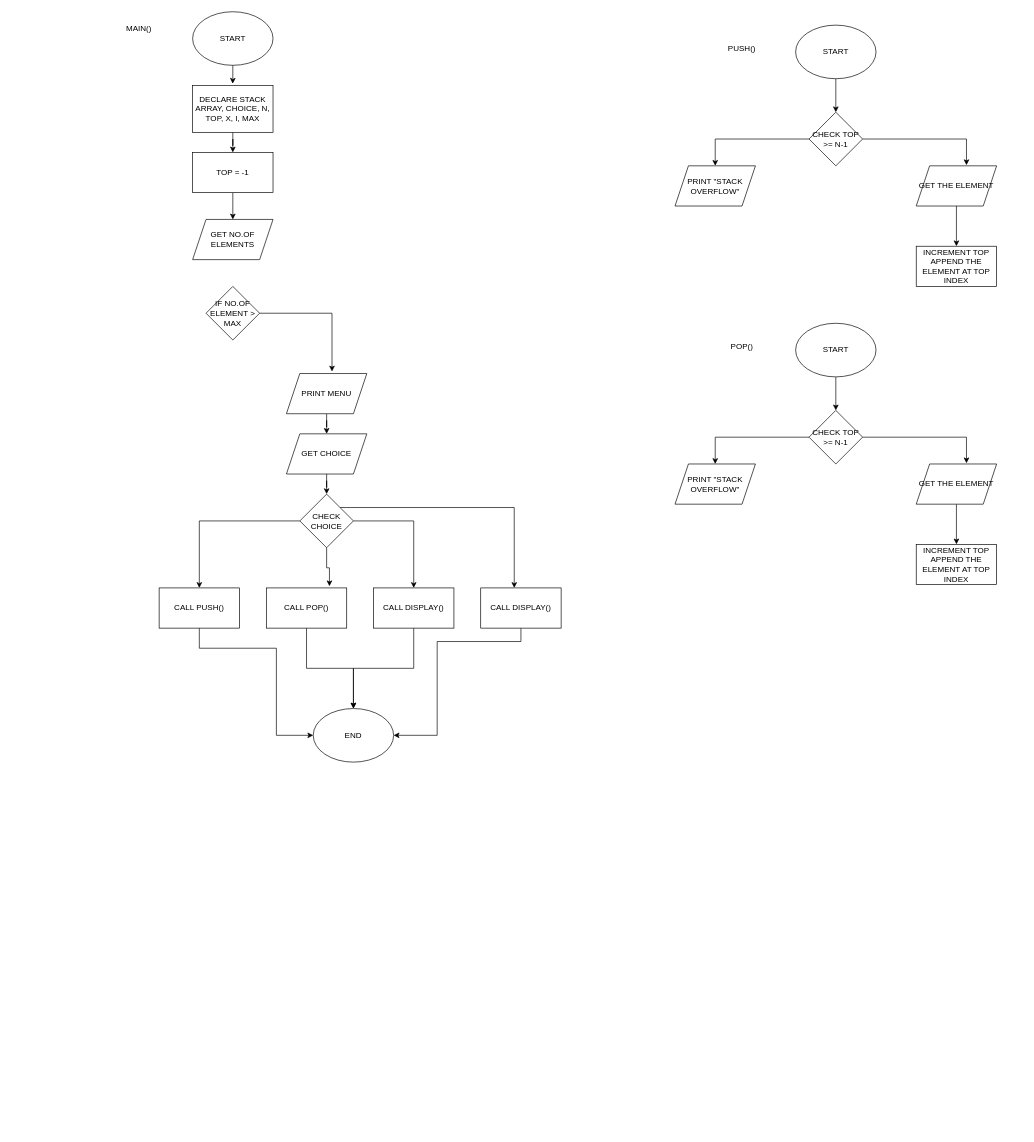
This is 001.drawio from ahamril2265/DSA-LABS, a draw.io file, before an edit. Source tidied: cells renumbered, new cells numbered last; positions are measured from the earlier drawing's top-left corner, leaving out a move shared by most shapes. Both pictures are drawn from the tidied source at 67%, with x=0, y=0 at pixel (119, 11).
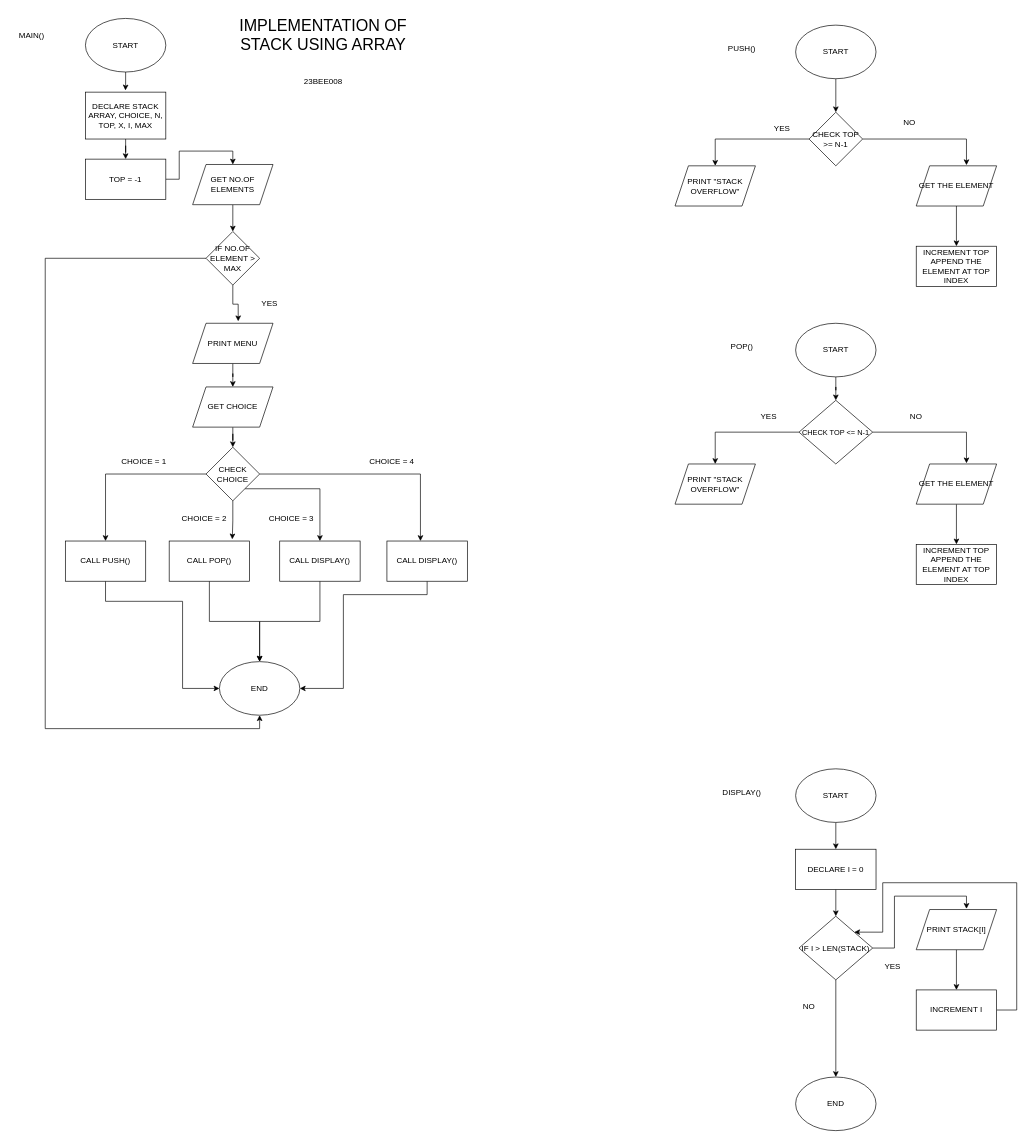
After the change.

Diff of the diagram source:
```diff
@@
     <mxCell id="2" value="START" style="ellipse;whiteSpace=wrap;html=1;" parent="1" vertex="1">
-      <mxGeometry x="110" width="120" height="80" as="geometry" />
+      <mxGeometry x="-50" y="10" width="120" height="80" as="geometry" />
     </mxCell>
@@
     <mxCell id="4" value="DECLARE STACK ARRAY, CHOICE, N, TOP, X, I, MAX" style="rounded=0;whiteSpace=wrap;html=1;" parent="1" vertex="1">
-      <mxGeometry x="110" y="110" width="120" height="70" as="geometry" />
+      <mxGeometry x="-50" y="120" width="120" height="70" as="geometry" />
     </mxCell>
@@
     <mxCell id="6" value="TOP = -1" style="rounded=0;whiteSpace=wrap;html=1;" parent="1" vertex="1">
-      <mxGeometry x="110" y="210" width="120" height="60" as="geometry" />
+      <mxGeometry x="-50" y="220" width="120" height="60" as="geometry" />
     </mxCell>
+    <mxCell id="50" style="edgeStyle=orthogonalEdgeStyle;rounded=0;jettySize=auto;html=1;entryX=0.5;entryY=0;entryDx=0;entryDy=0;" parent="1" edge="1" source="7" target="35">
+      <mxGeometry relative="1" as="geometry" />
+    </mxCell>
     <mxCell id="7" value="GET NO.OF ELEMENTS" style="shape=parallelogram;perimeter=parallelogramPerimeter;whiteSpace=wrap;html=1;fixedSize=1;" parent="1" vertex="1">
-      <mxGeometry x="110" y="310" width="120" height="60" as="geometry" />
+      <mxGeometry x="110" y="228" width="120" height="60" as="geometry" />
     </mxCell>
@@
     <mxCell id="9" value="PRINT MENU" style="shape=parallelogram;perimeter=parallelogramPerimeter;whiteSpace=wrap;html=1;fixedSize=1;" parent="1" vertex="1">
-      <mxGeometry x="250" y="540" width="120" height="60" as="geometry" />
+      <mxGeometry x="110" y="465" width="120" height="60" as="geometry" />
     </mxCell>
@@
     <mxCell id="11" value="GET CHOICE" style="shape=parallelogram;perimeter=parallelogramPerimeter;whiteSpace=wrap;html=1;fixedSize=1;" parent="1" vertex="1">
-      <mxGeometry x="250" y="630" width="120" height="60" as="geometry" />
+      <mxGeometry x="110" y="560" width="120" height="60" as="geometry" />
     </mxCell>
@@
     <mxCell id="13" style="edgeStyle=orthogonalEdgeStyle;rounded=0;jettySize=auto;html=1;entryX=0.5;entryY=0;entryDx=0;entryDy=0;" parent="1" edge="1" source="15" target="21">
-      <mxGeometry relative="1" as="geometry" />
+      <mxGeometry relative="1" as="geometry">
+        <Array as="points">
+          <mxPoint x="300" y="712" />
+        </Array>
+      </mxGeometry>
     </mxCell>
-    <mxCell id="14" style="edgeStyle=orthogonalEdgeStyle;rounded=0;jettySize=auto;html=1;exitX=1;exitY=0;exitDx=0;exitDy=0;entryX=0.417;entryY=0;entryDx=0;entryDy=0;entryPerimeter=0;" parent="1" edge="1" source="15" target="23">
+    <mxCell id="14" style="edgeStyle=orthogonalEdgeStyle;rounded=0;jettySize=auto;html=1;entryX=0.417;entryY=0;entryDx=0;entryDy=0;entryPerimeter=0;" parent="1" edge="1" source="15" target="23">
       <mxGeometry relative="1" as="geometry" />
     </mxCell>
     <mxCell id="15" value="CHECK CHOICE" style="rhombus;whiteSpace=wrap;html=1;" parent="1" vertex="1">
-      <mxGeometry x="270" y="720" width="80" height="80" as="geometry" />
+      <mxGeometry x="130" y="650" width="80" height="80" as="geometry" />
     </mxCell>
     <mxCell id="16" style="edgeStyle=orthogonalEdgeStyle;rounded=0;jettySize=auto;html=1;entryX=0;entryY=0.5;entryDx=0;entryDy=0;" parent="1" edge="1" source="17" target="33">
       <mxGeometry relative="1" as="geometry">
         <Array as="points">
-          <mxPoint x="120" y="950" />
-          <mxPoint x="235" y="950" />
-          <mxPoint x="235" y="1080" />
+          <mxPoint x="-20" y="880" />
+          <mxPoint x="95" y="880" />
+          <mxPoint x="95" y="1010" />
         </Array>
       </mxGeometry>
     </mxCell>
     <mxCell id="17" value="CALL PUSH()" style="rounded=0;whiteSpace=wrap;html=1;" parent="1" vertex="1">
-      <mxGeometry x="60" y="860" width="120" height="60" as="geometry" />
+      <mxGeometry x="-80" y="790" width="120" height="60" as="geometry" />
     </mxCell>
@@
     <mxCell id="19" value="CALL POP()" style="rounded=0;whiteSpace=wrap;html=1;" parent="1" vertex="1">
-      <mxGeometry x="220" y="860" width="120" height="60" as="geometry" />
+      <mxGeometry x="75" y="790" width="120" height="60" as="geometry" />
     </mxCell>
@@
     <mxCell id="21" value="CALL DISPLAY()" style="rounded=0;whiteSpace=wrap;html=1;" parent="1" vertex="1">
-      <mxGeometry x="380" y="860" width="120" height="60" as="geometry" />
+      <mxGeometry x="240" y="790" width="120" height="60" as="geometry" />
     </mxCell>
     <mxCell id="22" style="edgeStyle=orthogonalEdgeStyle;rounded=0;jettySize=auto;html=1;entryX=1;entryY=0.5;entryDx=0;entryDy=0;" parent="1" edge="1" source="23" target="33">
       <mxGeometry relative="1" as="geometry">
         <Array as="points">
-          <mxPoint x="600" y="940" />
-          <mxPoint x="475" y="940" />
-          <mxPoint x="475" y="1080" />
+          <mxPoint x="460" y="870" />
+          <mxPoint x="335" y="870" />
+          <mxPoint x="335" y="1010" />
         </Array>
       </mxGeometry>
     </mxCell>
     <mxCell id="23" value="CALL DISPLAY()" style="rounded=0;whiteSpace=wrap;html=1;" parent="1" vertex="1">
-      <mxGeometry x="540" y="860" width="120" height="60" as="geometry" />
+      <mxGeometry x="400" y="790" width="120" height="60" as="geometry" />
     </mxCell>
@@
     <mxCell id="33" value="END" style="ellipse;whiteSpace=wrap;html=1;" parent="1" vertex="1">
-      <mxGeometry x="290" y="1040" width="120" height="80" as="geometry" />
+      <mxGeometry x="150" y="970" width="120" height="80" as="geometry" />
     </mxCell>
@@
+    <mxCell id="51" style="edgeStyle=orthogonalEdgeStyle;rounded=0;jettySize=auto;html=1;entryX=0.5;entryY=1;entryDx=0;entryDy=0;" parent="1" edge="1" source="35" target="33">
+      <mxGeometry relative="1" as="geometry">
+        <Array as="points">
+          <mxPoint x="-110" y="368" />
+          <mxPoint x="-110" y="1070" />
+          <mxPoint x="210" y="1070" />
+        </Array>
+      </mxGeometry>
+    </mxCell>
     <mxCell id="35" value="IF NO.OF ELEMENT &amp;gt; MAX" style="rhombus;whiteSpace=wrap;html=1;" parent="1" vertex="1">
-      <mxGeometry x="130" y="410" width="80" height="80" as="geometry" />
+      <mxGeometry x="130" y="328" width="80" height="80" as="geometry" />
     </mxCell>
@@
     <mxCell id="39" value="MAIN()" style="text;html=1;whiteSpace=wrap;strokeColor=none;fillColor=none;align=center;verticalAlign=middle;rounded=0;" parent="1" vertex="1">
-      <mxGeometry y="10" width="60" height="30" as="geometry" />
+      <mxGeometry x="-160" y="20" width="60" height="30" as="geometry" />
     </mxCell>
@@
-    <mxCell id="43" value="CHECK TOP &amp;gt;= N-1" style="rhombus;whiteSpace=wrap;html=1;" parent="1" vertex="1">
-      <mxGeometry x="1030" y="595" width="80" height="80" as="geometry" />
+    <mxCell id="43" value="&lt;font style=&quot;font-size: 11px;&quot;&gt;CHECK TOP &amp;lt;= N-1&lt;/font&gt;" style="rhombus;whiteSpace=wrap;html=1;" parent="1" vertex="1">
+      <mxGeometry x="1015" y="580" width="110" height="95" as="geometry" />
     </mxCell>
@@
+    <mxCell id="52" style="edgeStyle=orthogonalEdgeStyle;rounded=0;jettySize=auto;html=1;entryX=0.5;entryY=0;entryDx=0;entryDy=0;" parent="1" edge="1" source="53" target="63">
+      <mxGeometry relative="1" as="geometry" />
+    </mxCell>
+    <mxCell id="53" value="START" style="ellipse;whiteSpace=wrap;html=1;" parent="1" vertex="1">
+      <mxGeometry x="1010" y="1130" width="120" height="80" as="geometry" />
+    </mxCell>
+    <mxCell id="54" style="edgeStyle=orthogonalEdgeStyle;rounded=0;jettySize=auto;html=1;entryX=0.5;entryY=0;entryDx=0;entryDy=0;" parent="1" edge="1" source="55" target="64">
+      <mxGeometry relative="1" as="geometry" />
+    </mxCell>
+    <mxCell id="55" value="IF I &amp;gt; LEN(STACK)" style="rhombus;whiteSpace=wrap;html=1;" parent="1" vertex="1">
+      <mxGeometry x="1015" y="1350" width="110" height="95" as="geometry" />
+    </mxCell>
+    <mxCell id="56" style="edgeStyle=orthogonalEdgeStyle;rounded=0;jettySize=auto;html=1;entryX=0.5;entryY=0;entryDx=0;entryDy=0;" parent="1" edge="1" source="57" target="59">
+      <mxGeometry relative="1" as="geometry" />
+    </mxCell>
+    <mxCell id="57" value="PRINT STACK[I]" style="shape=parallelogram;perimeter=parallelogramPerimeter;whiteSpace=wrap;html=1;fixedSize=1;" parent="1" vertex="1">
+      <mxGeometry x="1190" y="1340" width="120" height="60" as="geometry" />
+    </mxCell>
+    <mxCell id="58" style="edgeStyle=orthogonalEdgeStyle;rounded=0;jettySize=auto;html=1;entryX=1;entryY=0;entryDx=0;entryDy=0;" parent="1" edge="1" source="59" target="55">
+      <mxGeometry relative="1" as="geometry">
+        <Array as="points">
+          <mxPoint x="1340" y="1490" />
+          <mxPoint x="1340" y="1300" />
+          <mxPoint x="1140" y="1300" />
+          <mxPoint x="1140" y="1374" />
+        </Array>
+      </mxGeometry>
+    </mxCell>
+    <mxCell id="59" value="INCREMENT I" style="rounded=0;whiteSpace=wrap;html=1;" parent="1" vertex="1">
+      <mxGeometry x="1190" y="1460" width="120" height="60" as="geometry" />
+    </mxCell>
+    <mxCell id="60" style="edgeStyle=orthogonalEdgeStyle;rounded=0;jettySize=auto;html=1;entryX=0.625;entryY=-0.017;entryDx=0;entryDy=0;entryPerimeter=0;" parent="1" edge="1" source="55" target="57">
+      <mxGeometry relative="1" as="geometry" />
+    </mxCell>
+    <mxCell id="61" value="DISPLAY()" style="text;html=1;whiteSpace=wrap;strokeColor=none;fillColor=none;align=center;verticalAlign=middle;rounded=0;" parent="1" vertex="1">
+      <mxGeometry x="900" y="1150" width="60" height="30" as="geometry" />
+    </mxCell>
+    <mxCell id="62" style="edgeStyle=orthogonalEdgeStyle;rounded=0;jettySize=auto;html=1;entryX=0.5;entryY=0;entryDx=0;entryDy=0;" parent="1" edge="1" source="63" target="55">
+      <mxGeometry relative="1" as="geometry" />
+    </mxCell>
+    <mxCell id="63" value="DECLARE I = 0" style="rounded=0;whiteSpace=wrap;html=1;" parent="1" vertex="1">
+      <mxGeometry x="1010" y="1250" width="120" height="60" as="geometry" />
+    </mxCell>
+    <mxCell id="64" value="END" style="ellipse;whiteSpace=wrap;html=1;" parent="1" vertex="1">
+      <mxGeometry x="1010" y="1590" width="120" height="80" as="geometry" />
+    </mxCell>
+    <mxCell id="65" value="YES" style="text;html=1;whiteSpace=wrap;strokeColor=none;fillColor=none;align=center;verticalAlign=middle;rounded=0;" parent="1" vertex="1">
+      <mxGeometry x="1125" y="1410" width="60" height="30" as="geometry" />
+    </mxCell>
+    <mxCell id="66" value="NO" style="text;html=1;whiteSpace=wrap;strokeColor=none;fillColor=none;align=center;verticalAlign=middle;rounded=0;" parent="1" vertex="1">
+      <mxGeometry x="1000" y="1470" width="60" height="30" as="geometry" />
+    </mxCell>
+    <mxCell id="67" value="YES" style="text;html=1;whiteSpace=wrap;strokeColor=none;fillColor=none;align=center;verticalAlign=middle;rounded=0;" parent="1" vertex="1">
+      <mxGeometry x="940" y="590" width="60" height="30" as="geometry" />
+    </mxCell>
+    <mxCell id="68" value="NO" style="text;html=1;whiteSpace=wrap;strokeColor=none;fillColor=none;align=center;verticalAlign=middle;rounded=0;" parent="1" vertex="1">
+      <mxGeometry x="1160" y="590" width="60" height="30" as="geometry" />
+    </mxCell>
+    <mxCell id="69" value="YES" style="text;html=1;whiteSpace=wrap;strokeColor=none;fillColor=none;align=center;verticalAlign=middle;rounded=0;" parent="1" vertex="1">
+      <mxGeometry x="960" y="160" width="60" height="30" as="geometry" />
+    </mxCell>
+    <mxCell id="70" value="NO" style="text;html=1;whiteSpace=wrap;strokeColor=none;fillColor=none;align=center;verticalAlign=middle;rounded=0;" parent="1" vertex="1">
+      <mxGeometry x="1150" y="150" width="60" height="30" as="geometry" />
+    </mxCell>
+    <mxCell id="71" value="CHOICE = 1" style="text;html=1;whiteSpace=wrap;strokeColor=none;fillColor=none;align=center;verticalAlign=middle;rounded=0;" parent="1" vertex="1">
+      <mxGeometry y="657" width="75" height="30" as="geometry" />
+    </mxCell>
+    <mxCell id="72" value="CHOICE = 2" style="text;html=1;whiteSpace=wrap;strokeColor=none;fillColor=none;align=center;verticalAlign=middle;rounded=0;" parent="1" vertex="1">
+      <mxGeometry x="90" y="742" width="75" height="30" as="geometry" />
+    </mxCell>
+    <mxCell id="73" value="CHOICE = 3" style="text;html=1;whiteSpace=wrap;strokeColor=none;fillColor=none;align=center;verticalAlign=middle;rounded=0;" parent="1" vertex="1">
+      <mxGeometry x="220" y="742" width="75" height="30" as="geometry" />
+    </mxCell>
+    <mxCell id="74" value="CHOICE = 4" style="text;html=1;whiteSpace=wrap;strokeColor=none;fillColor=none;align=center;verticalAlign=middle;rounded=0;" parent="1" vertex="1">
+      <mxGeometry x="370" y="657" width="75" height="30" as="geometry" />
+    </mxCell>
+    <mxCell id="75" value="YES" style="text;html=1;whiteSpace=wrap;strokeColor=none;fillColor=none;align=center;verticalAlign=middle;rounded=0;" parent="1" vertex="1">
+      <mxGeometry x="195" y="420" width="60" height="30" as="geometry" />
+    </mxCell>
+    <mxCell id="76" value="&lt;font style=&quot;font-size: 24px;&quot;&gt;IMPLEMENTATION OF STACK USING ARRAY&lt;/font&gt;" style="text;html=1;whiteSpace=wrap;strokeColor=none;fillColor=none;align=center;verticalAlign=middle;rounded=0;" parent="1" vertex="1">
+      <mxGeometry x="160" y="20" width="290" height="30" as="geometry" />
+    </mxCell>
+    <mxCell id="77" value="23BEE008" style="text;html=1;whiteSpace=wrap;strokeColor=none;fillColor=none;align=center;verticalAlign=middle;rounded=0;" parent="1" vertex="1">
+      <mxGeometry x="275" y="90" width="60" height="30" as="geometry" />
+    </mxCell>
```
